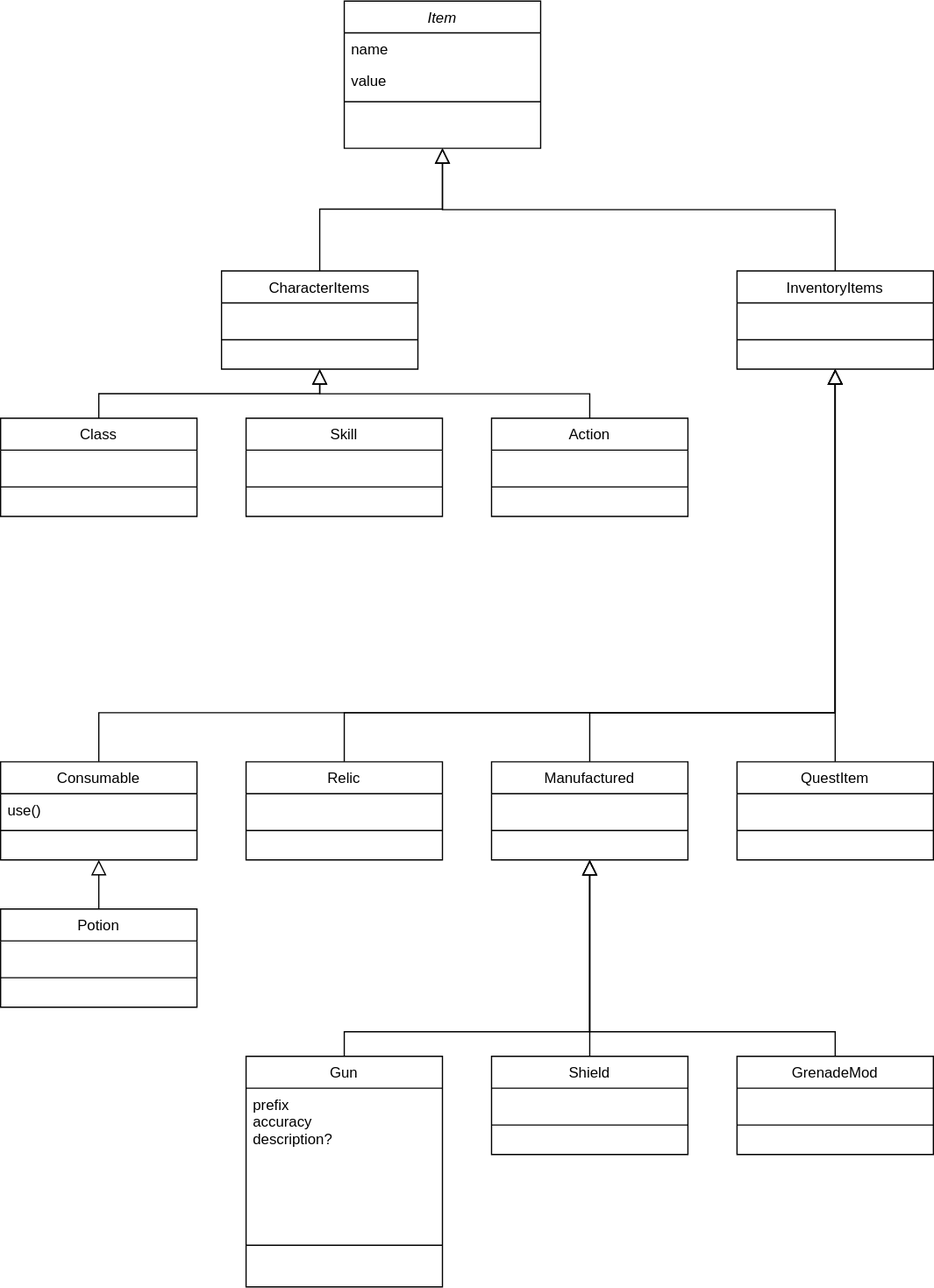
CarnVanBeck/vtt-bunkersandbadasses keeps this draw.io diagram as wiki/charts/ItemClasses.drawio.svg. Above is the earlier version. Source tidied: cells renumbered, new cells last; positions are measured from the earlier drawing's top-left corner, leaving out a move shared by most shapes.
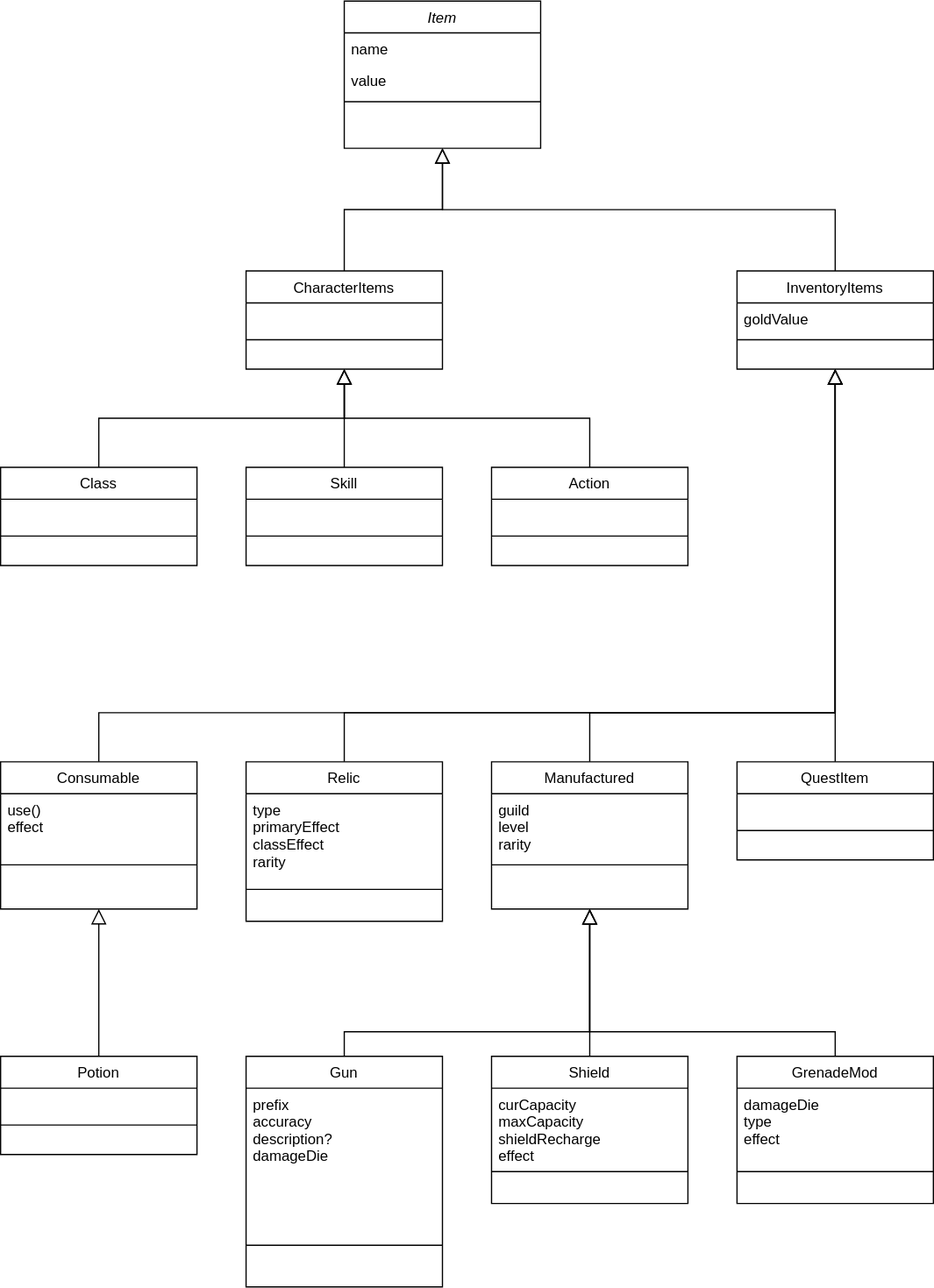
Later version of the same file.

Commit message:
updated item chart

The edit, as a diff of the source:
```diff
@@ -15,7 +15,7 @@
       <mxGeometry y="78" width="160" height="8" as="geometry" />
     </mxCell>
     <mxCell id="6" value="CharacterItems&#10;" style="swimlane;fontStyle=0;align=center;verticalAlign=top;horizontal=1;startSize=26;rounded=0;shadow=0;strokeWidth=1;" parent="1" vertex="1">
-      <mxGeometry x="180" y="220" width="160" height="80" as="geometry" />
+      <mxGeometry x="200" y="220" width="160" height="80" as="geometry" />
     </mxCell>
     <mxCell id="7" value=" " style="text;align=left;verticalAlign=top;spacingLeft=4;spacingRight=4;overflow=hidden;rounded=0;shadow=0;html=0;" parent="6" vertex="1">
       <mxGeometry y="26" width="160" height="26" as="geometry" />
@@ -29,7 +29,7 @@
     <mxCell id="10" value="InventoryItems" style="swimlane;fontStyle=0;align=center;verticalAlign=top;horizontal=1;startSize=26;rounded=0;shadow=0;strokeWidth=1;" parent="1" vertex="1">
       <mxGeometry x="600" y="220" width="160" height="80" as="geometry" />
     </mxCell>
-    <mxCell id="11" value=" " style="text;align=left;verticalAlign=top;spacingLeft=4;spacingRight=4;overflow=hidden;" parent="10" vertex="1">
+    <mxCell id="11" value="goldValue" style="text;align=left;verticalAlign=top;spacingLeft=4;spacingRight=4;overflow=hidden;" parent="10" vertex="1">
       <mxGeometry y="26" width="160" height="26" as="geometry" />
     </mxCell>
     <mxCell id="12" style="line;html=1;strokeWidth=1;align=left;verticalAlign=middle;spacingTop=-1;spacingLeft=3;spacingRight=3;labelPosition=right;" parent="10" vertex="1">
@@ -43,7 +43,7 @@
       </mxGeometry>
     </mxCell>
     <mxCell id="14" value="Skill" style="swimlane;fontStyle=0;align=center;verticalAlign=top;horizontal=1;startSize=26;rounded=0;shadow=0;strokeWidth=1;" parent="1" vertex="1">
-      <mxGeometry x="200" y="340" width="160" height="80" as="geometry" />
+      <mxGeometry x="200" y="380" width="160" height="80" as="geometry" />
     </mxCell>
     <mxCell id="15" value=" " style="text;align=left;verticalAlign=top;spacingLeft=4;spacingRight=4;overflow=hidden;rounded=0;shadow=0;html=0;" parent="14" vertex="1">
       <mxGeometry y="26" width="160" height="26" as="geometry" />
@@ -52,7 +52,7 @@
       <mxGeometry y="52" width="160" height="8" as="geometry" />
     </mxCell>
     <mxCell id="17" value="Action" style="swimlane;fontStyle=0;align=center;verticalAlign=top;horizontal=1;startSize=26;rounded=0;shadow=0;strokeWidth=1;" parent="1" vertex="1">
-      <mxGeometry x="400" y="340" width="160" height="80" as="geometry" />
+      <mxGeometry x="400" y="380" width="160" height="80" as="geometry" />
     </mxCell>
     <mxCell id="18" value=" " style="text;align=left;verticalAlign=top;spacingLeft=4;spacingRight=4;overflow=hidden;rounded=0;shadow=0;html=0;" parent="17" vertex="1">
       <mxGeometry y="26" width="160" height="26" as="geometry" />
@@ -61,7 +61,7 @@
       <mxGeometry y="52" width="160" height="8" as="geometry" />
     </mxCell>
     <mxCell id="20" value="Class" style="swimlane;fontStyle=0;align=center;verticalAlign=top;horizontal=1;startSize=26;rounded=0;shadow=0;strokeWidth=1;" parent="1" vertex="1">
-      <mxGeometry y="340" width="160" height="80" as="geometry" />
+      <mxGeometry y="380" width="160" height="80" as="geometry" />
     </mxCell>
     <mxCell id="21" value=" " style="text;align=left;verticalAlign=top;spacingLeft=4;spacingRight=4;overflow=hidden;rounded=0;shadow=0;html=0;" parent="20" vertex="1">
       <mxGeometry y="26" width="160" height="26" as="geometry" />
@@ -74,38 +74,38 @@
     </mxCell>
     <mxCell id="24" style="endArrow=block;endSize=10;endFill=0;shadow=0;strokeWidth=1;rounded=0;curved=0;edgeStyle=elbowEdgeStyle;elbow=vertical;exitX=0.5;exitY=0;exitDx=0;exitDy=0;" parent="1" edge="1" source="20">
       <mxGeometry relative="1" as="geometry">
-        <mxPoint x="260" y="300" as="targetPoint" />
+        <mxPoint x="280" y="300" as="targetPoint" />
         <Array as="points">
-          <mxPoint x="150" y="320" />
+          <mxPoint x="180" y="340" />
         </Array>
       </mxGeometry>
     </mxCell>
     <mxCell id="25" value="Manufactured" style="swimlane;fontStyle=0;align=center;verticalAlign=top;horizontal=1;startSize=26;rounded=0;shadow=0;strokeWidth=1;" parent="1" vertex="1">
-      <mxGeometry x="400" y="620" width="160" height="80" as="geometry" />
+      <mxGeometry x="400" y="620" width="160" height="120" as="geometry" />
     </mxCell>
-    <mxCell id="26" value=" " style="text;align=left;verticalAlign=top;spacingLeft=4;spacingRight=4;overflow=hidden;" parent="25" vertex="1">
-      <mxGeometry y="26" width="160" height="26" as="geometry" />
+    <mxCell id="26" value="guild&#10;level&#10;rarity&#10;" style="text;align=left;verticalAlign=top;spacingLeft=4;spacingRight=4;overflow=hidden;" parent="25" vertex="1">
+      <mxGeometry y="26" width="160" height="54" as="geometry" />
     </mxCell>
     <mxCell id="27" style="line;html=1;strokeWidth=1;align=left;verticalAlign=middle;spacingTop=-1;spacingLeft=3;spacingRight=3;labelPosition=right;" parent="25" vertex="1">
-      <mxGeometry y="52" width="160" height="8" as="geometry" />
+      <mxGeometry y="80" width="160" height="8" as="geometry" />
     </mxCell>
     <mxCell id="28" value="Consumable" style="swimlane;fontStyle=0;align=center;verticalAlign=top;horizontal=1;startSize=26;rounded=0;shadow=0;strokeWidth=1;" parent="1" vertex="1">
-      <mxGeometry y="620" width="160" height="80" as="geometry" />
+      <mxGeometry y="620" width="160" height="120" as="geometry" />
     </mxCell>
-    <mxCell id="29" value="use()" style="text;align=left;verticalAlign=top;spacingLeft=4;spacingRight=4;overflow=hidden;" parent="28" vertex="1">
-      <mxGeometry y="26" width="160" height="26" as="geometry" />
+    <mxCell id="29" value="use()&#10;effect&#10;" style="text;align=left;verticalAlign=top;spacingLeft=4;spacingRight=4;overflow=hidden;" parent="28" vertex="1">
+      <mxGeometry y="26" width="160" height="54" as="geometry" />
     </mxCell>
     <mxCell id="30" style="line;html=1;strokeWidth=1;align=left;verticalAlign=middle;spacingTop=-1;spacingLeft=3;spacingRight=3;labelPosition=right;" parent="28" vertex="1">
-      <mxGeometry y="52" width="160" height="8" as="geometry" />
+      <mxGeometry y="80" width="160" height="8" as="geometry" />
     </mxCell>
     <mxCell id="31" value="Relic" style="swimlane;fontStyle=0;align=center;verticalAlign=top;horizontal=1;startSize=26;rounded=0;shadow=0;strokeWidth=1;" parent="1" vertex="1">
-      <mxGeometry x="200" y="620" width="160" height="80" as="geometry" />
+      <mxGeometry x="200" y="620" width="160" height="130" as="geometry" />
     </mxCell>
-    <mxCell id="32" value=" " style="text;align=left;verticalAlign=top;spacingLeft=4;spacingRight=4;overflow=hidden;" parent="31" vertex="1">
-      <mxGeometry y="26" width="160" height="26" as="geometry" />
+    <mxCell id="32" value="type&#10;primaryEffect&#10;classEffect&#10;rarity&#10;" style="text;align=left;verticalAlign=top;spacingLeft=4;spacingRight=4;overflow=hidden;" parent="31" vertex="1">
+      <mxGeometry y="26" width="160" height="74" as="geometry" />
     </mxCell>
     <mxCell id="33" style="line;html=1;strokeWidth=1;align=left;verticalAlign=middle;spacingTop=-1;spacingLeft=3;spacingRight=3;labelPosition=right;" parent="31" vertex="1">
-      <mxGeometry y="52" width="160" height="8" as="geometry" />
+      <mxGeometry y="100" width="160" height="8" as="geometry" />
     </mxCell>
     <mxCell id="34" value="QuestItem" style="swimlane;fontStyle=0;align=center;verticalAlign=top;horizontal=1;startSize=26;rounded=0;shadow=0;strokeWidth=1;" parent="1" vertex="1">
       <mxGeometry x="600" y="620" width="160" height="80" as="geometry" />
@@ -117,7 +117,7 @@
       <mxGeometry y="52" width="160" height="8" as="geometry" />
     </mxCell>
     <mxCell id="37" value="Potion" style="swimlane;fontStyle=0;align=center;verticalAlign=top;horizontal=1;startSize=26;rounded=0;shadow=0;strokeWidth=1;" parent="1" vertex="1">
-      <mxGeometry y="740" width="160" height="80" as="geometry" />
+      <mxGeometry y="860" width="160" height="80" as="geometry" />
     </mxCell>
     <mxCell id="38" value=" " style="text;align=left;verticalAlign=top;spacingLeft=4;spacingRight=4;overflow=hidden;" parent="37" vertex="1">
       <mxGeometry y="26" width="160" height="26" as="geometry" />
@@ -151,35 +151,34 @@
       <mxGeometry relative="1" as="geometry" />
     </mxCell>
     <mxCell id="44" value="Shield" style="swimlane;fontStyle=0;align=center;verticalAlign=top;horizontal=1;startSize=26;rounded=0;shadow=0;strokeWidth=1;" parent="1" vertex="1">
-      <mxGeometry x="400" y="860" width="160" height="80" as="geometry" />
+      <mxGeometry x="400" y="860" width="160" height="120" as="geometry" />
     </mxCell>
-    <mxCell id="45" value=" " style="text;align=left;verticalAlign=top;spacingLeft=4;spacingRight=4;overflow=hidden;rounded=0;shadow=0;html=0;" parent="44" vertex="1">
-      <mxGeometry y="26" width="160" height="26" as="geometry" />
+    <mxCell id="45" value="curCapacity&#10;maxCapacity&#10;shieldRecharge&#10;effect&#10;&#10;" style="text;align=left;verticalAlign=top;spacingLeft=4;spacingRight=4;overflow=hidden;rounded=0;shadow=0;html=0;" parent="44" vertex="1">
+      <mxGeometry y="26" width="160" height="64" as="geometry" />
     </mxCell>
     <mxCell id="46" style="line;html=1;strokeWidth=1;align=left;verticalAlign=middle;spacingTop=-1;spacingLeft=3;spacingRight=3;labelPosition=right;" parent="44" vertex="1">
-      <mxGeometry y="52" width="160" height="8" as="geometry" />
+      <mxGeometry y="90" width="160" height="8" as="geometry" />
     </mxCell>
     <mxCell id="47" value="GrenadeMod" style="swimlane;fontStyle=0;align=center;verticalAlign=top;horizontal=1;startSize=26;rounded=0;shadow=0;strokeWidth=1;" parent="1" vertex="1">
-      <mxGeometry x="600" y="860" width="160" height="80" as="geometry" />
+      <mxGeometry x="600" y="860" width="160" height="120" as="geometry" />
     </mxCell>
-    <mxCell id="48" value=" " style="text;align=left;verticalAlign=top;spacingLeft=4;spacingRight=4;overflow=hidden;rounded=0;shadow=0;html=0;" parent="47" vertex="1">
-      <mxGeometry y="26" width="160" height="26" as="geometry" />
+    <mxCell id="48" value="damageDie&#10;type&#10;effect&#10;" style="text;align=left;verticalAlign=top;spacingLeft=4;spacingRight=4;overflow=hidden;rounded=0;shadow=0;html=0;" parent="47" vertex="1">
+      <mxGeometry y="26" width="160" height="64" as="geometry" />
     </mxCell>
     <mxCell id="49" style="line;html=1;strokeWidth=1;align=left;verticalAlign=middle;spacingTop=-1;spacingLeft=3;spacingRight=3;labelPosition=right;" parent="47" vertex="1">
-      <mxGeometry y="52" width="160" height="8" as="geometry" />
+      <mxGeometry y="90" width="160" height="8" as="geometry" />
     </mxCell>
     <mxCell id="50" value="Gun" style="swimlane;fontStyle=0;align=center;verticalAlign=top;horizontal=1;startSize=26;rounded=0;shadow=0;strokeWidth=1;" parent="1" vertex="1">
       <mxGeometry x="200" y="860" width="160" height="188" as="geometry" />
     </mxCell>
-    <mxCell id="51" value="prefix&#10;accuracy&#10;description?&#10;" style="text;align=left;verticalAlign=top;spacingLeft=4;spacingRight=4;overflow=hidden;rounded=0;shadow=0;html=0;" parent="50" vertex="1">
+    <mxCell id="51" value="prefix&#10;accuracy&#10;description?&#10;damageDie&#10;" style="text;align=left;verticalAlign=top;spacingLeft=4;spacingRight=4;overflow=hidden;rounded=0;shadow=0;html=0;" parent="50" vertex="1">
       <mxGeometry y="26" width="160" height="94" as="geometry" />
     </mxCell>
     <mxCell id="52" style="line;html=1;strokeWidth=1;align=left;verticalAlign=middle;spacingTop=-1;spacingLeft=3;spacingRight=3;labelPosition=right;" parent="50" vertex="1">
       <mxGeometry y="120" width="160" height="68" as="geometry" />
     </mxCell>
-    <mxCell id="53" style="endArrow=block;endSize=10;endFill=0;shadow=0;strokeWidth=1;rounded=0;curved=0;edgeStyle=elbowEdgeStyle;elbow=vertical;exitX=0.5;exitY=0;exitDx=0;exitDy=0;" parent="1" edge="1" source="47">
+    <mxCell id="53" style="endArrow=block;endSize=10;endFill=0;shadow=0;strokeWidth=1;rounded=0;curved=0;edgeStyle=elbowEdgeStyle;elbow=vertical;exitX=0.5;exitY=0;exitDx=0;exitDy=0;entryX=0.5;entryY=1;entryDx=0;entryDy=0;" parent="1" edge="1" source="47" target="25">
       <mxGeometry relative="1" as="geometry">
-        <mxPoint x="480" y="700" as="targetPoint" />
         <Array as="points">
           <mxPoint x="580" y="840" />
         </Array>
@@ -206,5 +205,8 @@
         </Array>
       </mxGeometry>
     </mxCell>
+    <mxCell id="57" style="endArrow=block;endSize=10;endFill=0;shadow=0;strokeWidth=1;rounded=0;curved=0;edgeStyle=elbowEdgeStyle;elbow=vertical;exitX=0.5;exitY=0;exitDx=0;exitDy=0;entryX=0.5;entryY=1;entryDx=0;entryDy=0;" parent="1" edge="1" source="14" target="6">
+      <mxGeometry relative="1" as="geometry" />
+    </mxCell>
   </root>
 </mxGraphModel>
```
